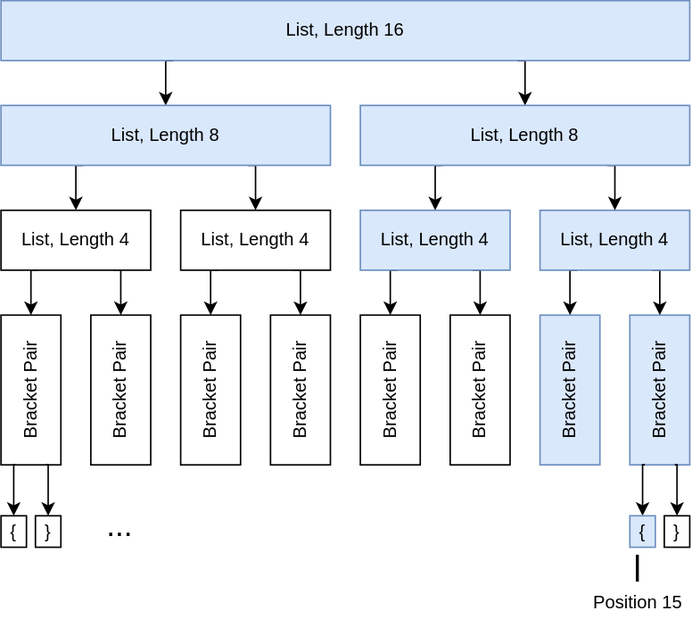
microsoft/vscode-docs keeps this draw.io diagram as blogs/2021/09/06/long-lists-tree.dio.svg. Above is the earlier version. Source tidied: cells renumbered, new cells last; positions are measured from the earlier drawing's top-left corner, leaving out a move shared by most shapes.
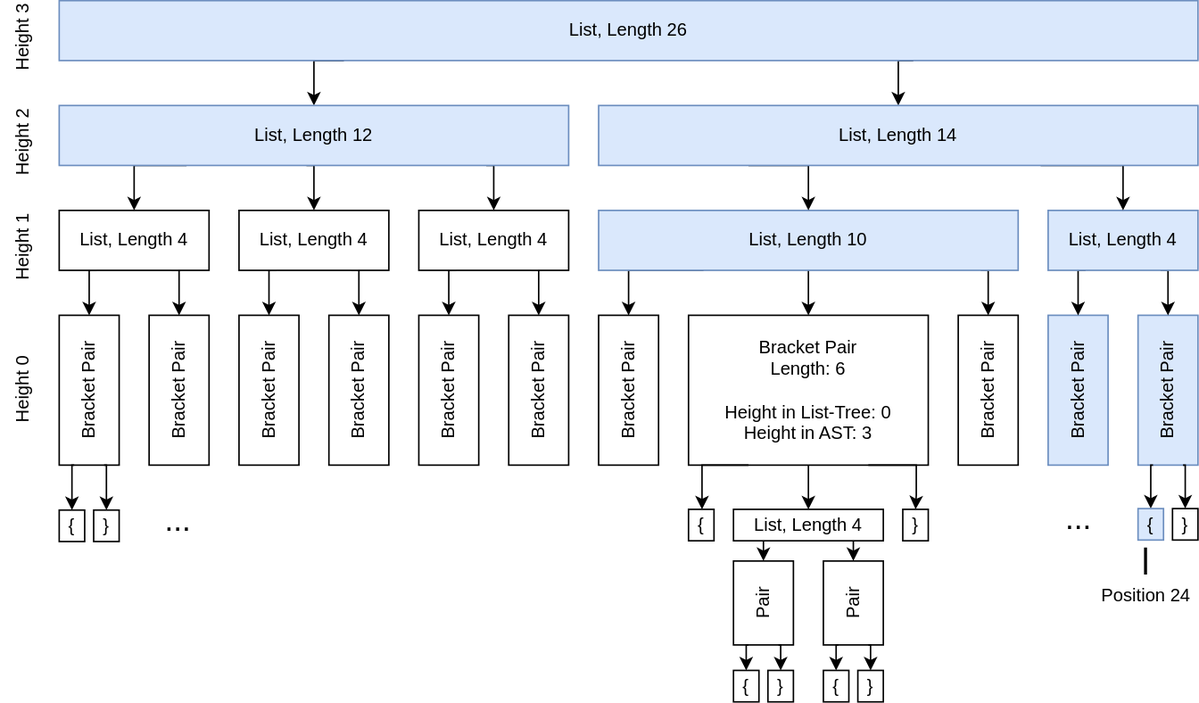
After the commit.

Diff of the diagram source:
```diff
@@ -5,19 +5,27 @@
     <mxCell id="2" style="edgeStyle=orthogonalEdgeStyle;rounded=0;jettySize=auto;html=1;exitX=0.75;exitY=1;exitDx=0;exitDy=0;" parent="1" edge="1" source="4" target="27">
       <mxGeometry relative="1" as="geometry">
         <Array as="points">
-          <mxPoint x="350" y="40" />
+          <mxPoint x="560" y="40" />
         </Array>
       </mxGeometry>
     </mxCell>
+    <mxCell id="42" style="edgeStyle=orthogonalEdgeStyle;rounded=0;jettySize=auto;html=1;exitX=0.75;exitY=1;exitDx=0;exitDy=0;" parent="1" edge="1" target="49">
+      <mxGeometry relative="1" as="geometry">
+        <mxPoint x="165" y="110" as="sourcePoint" />
+        <Array as="points">
+          <mxPoint x="170" y="110" />
+        </Array>
+      </mxGeometry>
+    </mxCell>
     <mxCell id="3" style="edgeStyle=orthogonalEdgeStyle;rounded=0;jettySize=auto;html=1;exitX=0.25;exitY=1;exitDx=0;exitDy=0;" parent="1" edge="1" source="4" target="30">
       <mxGeometry relative="1" as="geometry">
         <Array as="points">
-          <mxPoint x="110" y="40" />
+          <mxPoint x="170" y="40" />
         </Array>
       </mxGeometry>
     </mxCell>
-    <mxCell id="4" value="List, Length 16" style="rounded=0;whiteSpace=wrap;html=1;fillColor=#dae8fc;strokeColor=#6c8ebf;" parent="1" vertex="1">
-      <mxGeometry width="460" height="40" as="geometry" />
+    <mxCell id="4" value="List, Length 26" style="rounded=0;whiteSpace=wrap;html=1;fillColor=#dae8fc;strokeColor=#6c8ebf;" parent="1" vertex="1">
+      <mxGeometry width="760" height="40" as="geometry" />
     </mxCell>
     <mxCell id="5" value="Bracket Pair" style="rounded=0;whiteSpace=wrap;html=1;horizontal=0;" parent="1" vertex="1">
       <mxGeometry y="210" width="40" height="100" as="geometry" />
@@ -26,73 +34,77 @@
       <mxGeometry x="60" y="210" width="40" height="100" as="geometry" />
     </mxCell>
     <mxCell id="7" value="Bracket Pair" style="rounded=0;whiteSpace=wrap;html=1;horizontal=0;" parent="1" vertex="1">
-      <mxGeometry x="120" y="210" width="40" height="100" as="geometry" />
+      <mxGeometry x="240" y="210" width="40" height="100" as="geometry" />
     </mxCell>
     <mxCell id="8" value="Bracket Pair" style="rounded=0;whiteSpace=wrap;html=1;horizontal=0;" parent="1" vertex="1">
-      <mxGeometry x="180" y="210" width="40" height="100" as="geometry" />
+      <mxGeometry x="300" y="210" width="40" height="100" as="geometry" />
     </mxCell>
     <mxCell id="9" value="Bracket Pair" style="rounded=0;whiteSpace=wrap;html=1;horizontal=0;" parent="1" vertex="1">
-      <mxGeometry x="240" y="210" width="40" height="100" as="geometry" />
+      <mxGeometry x="360" y="210" width="40" height="100" as="geometry" />
     </mxCell>
     <mxCell id="10" value="Bracket Pair" style="rounded=0;whiteSpace=wrap;html=1;horizontal=0;" parent="1" vertex="1">
-      <mxGeometry x="300" y="210" width="40" height="100" as="geometry" />
+      <mxGeometry x="600" y="210" width="40" height="100" as="geometry" />
     </mxCell>
     <mxCell id="11" value="Bracket Pair" style="rounded=0;whiteSpace=wrap;html=1;horizontal=0;fillColor=#dae8fc;strokeColor=#6c8ebf;" parent="1" vertex="1">
-      <mxGeometry x="360" y="210" width="40" height="100" as="geometry" />
+      <mxGeometry x="660" y="210" width="40" height="100" as="geometry" />
     </mxCell>
     <mxCell id="12" value="Bracket Pair" style="rounded=0;whiteSpace=wrap;html=1;horizontal=0;fillColor=#dae8fc;strokeColor=#6c8ebf;" parent="1" vertex="1">
-      <mxGeometry x="420" y="210" width="40" height="100" as="geometry" />
+      <mxGeometry x="720" y="210" width="40" height="100" as="geometry" />
     </mxCell>
     <mxCell id="13" style="edgeStyle=orthogonalEdgeStyle;rounded=0;jettySize=auto;html=1;exitX=0.25;exitY=1;exitDx=0;exitDy=0;" parent="1" edge="1" source="15" target="7">
       <mxGeometry relative="1" as="geometry">
         <Array as="points">
-          <mxPoint x="140" y="180" />
+          <mxPoint x="260" y="180" />
         </Array>
       </mxGeometry>
     </mxCell>
     <mxCell id="14" style="edgeStyle=orthogonalEdgeStyle;rounded=0;jettySize=auto;html=1;exitX=0.75;exitY=1;exitDx=0;exitDy=0;" parent="1" edge="1" source="15" target="8">
       <mxGeometry relative="1" as="geometry">
         <Array as="points">
-          <mxPoint x="200" y="180" />
+          <mxPoint x="320" y="180" />
         </Array>
       </mxGeometry>
     </mxCell>
     <mxCell id="15" value="List, Length 4" style="rounded=0;whiteSpace=wrap;html=1;" parent="1" vertex="1">
-      <mxGeometry x="120" y="140" width="100" height="40" as="geometry" />
+      <mxGeometry x="240" y="140" width="100" height="40" as="geometry" />
     </mxCell>
     <mxCell id="16" style="edgeStyle=orthogonalEdgeStyle;rounded=0;jettySize=auto;html=1;exitX=0.25;exitY=1;exitDx=0;exitDy=0;" parent="1" edge="1" source="18" target="9">
       <mxGeometry relative="1" as="geometry">
         <Array as="points">
-          <mxPoint x="260" y="180" />
+          <mxPoint x="380" y="180" />
         </Array>
       </mxGeometry>
     </mxCell>
-    <mxCell id="17" style="edgeStyle=orthogonalEdgeStyle;rounded=0;jettySize=auto;html=1;exitX=0.75;exitY=1;exitDx=0;exitDy=0;" parent="1" edge="1" source="18" target="10">
+    <mxCell id="17" style="edgeStyle=orthogonalEdgeStyle;rounded=0;jettySize=auto;html=1;exitX=0.75;exitY=1;exitDx=0;exitDy=0;" parent="1" edge="1" target="10">
       <mxGeometry relative="1" as="geometry">
+        <mxPoint x="615" y="180" as="sourcePoint" />
         <Array as="points">
-          <mxPoint x="320" y="180" />
+          <mxPoint x="620" y="180" />
         </Array>
       </mxGeometry>
     </mxCell>
+    <mxCell id="43" style="edgeStyle=orthogonalEdgeStyle;rounded=0;jettySize=auto;html=1;exitX=0.5;exitY=1;exitDx=0;exitDy=0;" parent="1" edge="1" source="18" target="44">
+      <mxGeometry relative="1" as="geometry" />
+    </mxCell>
-    <mxCell id="18" value="List, Length 4" style="rounded=0;whiteSpace=wrap;html=1;fillColor=#dae8fc;strokeColor=#6c8ebf;" parent="1" vertex="1">
-      <mxGeometry x="240" y="140" width="100" height="40" as="geometry" />
+    <mxCell id="18" value="List, Length 10" style="rounded=0;whiteSpace=wrap;html=1;fillColor=#dae8fc;strokeColor=#6c8ebf;" parent="1" vertex="1">
+      <mxGeometry x="360" y="140" width="280" height="40" as="geometry" />
     </mxCell>
     <mxCell id="19" style="edgeStyle=orthogonalEdgeStyle;rounded=0;jettySize=auto;html=1;exitX=0.25;exitY=1;exitDx=0;exitDy=0;" parent="1" edge="1" source="21" target="11">
       <mxGeometry relative="1" as="geometry">
         <Array as="points">
-          <mxPoint x="380" y="180" />
+          <mxPoint x="680" y="180" />
         </Array>
       </mxGeometry>
     </mxCell>
     <mxCell id="20" style="edgeStyle=orthogonalEdgeStyle;rounded=0;jettySize=auto;html=1;exitX=0.75;exitY=1;exitDx=0;exitDy=0;" parent="1" edge="1" source="21" target="12">
       <mxGeometry relative="1" as="geometry">
         <Array as="points">
-          <mxPoint x="440" y="180" />
+          <mxPoint x="740" y="180" />
         </Array>
       </mxGeometry>
     </mxCell>
     <mxCell id="21" value="List, Length 4" style="rounded=0;whiteSpace=wrap;html=1;fillColor=#dae8fc;strokeColor=#6c8ebf;" parent="1" vertex="1">
-      <mxGeometry x="360" y="140" width="100" height="40" as="geometry" />
+      <mxGeometry x="660" y="140" width="100" height="40" as="geometry" />
     </mxCell>
     <mxCell id="22" style="edgeStyle=orthogonalEdgeStyle;rounded=0;jettySize=auto;html=1;exitX=0.25;exitY=1;exitDx=0;exitDy=0;" parent="1" edge="1" source="24" target="5">
       <mxGeometry relative="1" as="geometry">
@@ -111,22 +123,23 @@
     <mxCell id="24" value="List, Length 4" style="rounded=0;whiteSpace=wrap;html=1;" parent="1" vertex="1">
       <mxGeometry y="140" width="100" height="40" as="geometry" />
     </mxCell>
-    <mxCell id="25" style="edgeStyle=orthogonalEdgeStyle;rounded=0;jettySize=auto;html=1;exitX=0.25;exitY=1;exitDx=0;exitDy=0;" parent="1" edge="1" source="27" target="18">
+    <mxCell id="25" style="edgeStyle=orthogonalEdgeStyle;rounded=0;jettySize=auto;html=1;exitX=0.25;exitY=1;exitDx=0;exitDy=0;entryX=0.5;entryY=0;entryDx=0;entryDy=0;" parent="1" edge="1" source="27" target="18">
       <mxGeometry relative="1" as="geometry">
         <Array as="points">
-          <mxPoint x="290" y="110" />
+          <mxPoint x="500" y="110" />
         </Array>
       </mxGeometry>
     </mxCell>
-    <mxCell id="26" style="edgeStyle=orthogonalEdgeStyle;rounded=0;jettySize=auto;html=1;exitX=0.75;exitY=1;exitDx=0;exitDy=0;" parent="1" edge="1" source="27" target="21">
+    <mxCell id="26" style="edgeStyle=orthogonalEdgeStyle;rounded=0;jettySize=auto;html=1;exitX=0.75;exitY=1;exitDx=0;exitDy=0;" parent="1" edge="1" target="21">
       <mxGeometry relative="1" as="geometry">
+        <mxPoint x="655" y="110" as="sourcePoint" />
         <Array as="points">
-          <mxPoint x="410" y="110" />
+          <mxPoint x="710" y="110" />
         </Array>
       </mxGeometry>
     </mxCell>
-    <mxCell id="27" value="List, Length 8" style="rounded=0;whiteSpace=wrap;html=1;fillColor=#dae8fc;strokeColor=#6c8ebf;" parent="1" vertex="1">
-      <mxGeometry x="240" y="70" width="220" height="40" as="geometry" />
+    <mxCell id="27" value="List, Length 14" style="rounded=0;whiteSpace=wrap;html=1;fillColor=#dae8fc;strokeColor=#6c8ebf;" parent="1" vertex="1">
+      <mxGeometry x="360" y="70" width="400" height="40" as="geometry" />
     </mxCell>
     <mxCell id="28" style="edgeStyle=orthogonalEdgeStyle;rounded=0;jettySize=auto;html=1;exitX=0.25;exitY=1;exitDx=0;exitDy=0;" parent="1" edge="1" source="30" target="24">
       <mxGeometry relative="1" as="geometry">
@@ -135,15 +148,16 @@
         </Array>
       </mxGeometry>
     </mxCell>
-    <mxCell id="29" style="edgeStyle=orthogonalEdgeStyle;rounded=0;jettySize=auto;html=1;exitX=0.75;exitY=1;exitDx=0;exitDy=0;" parent="1" edge="1" source="30" target="15">
+    <mxCell id="29" style="edgeStyle=orthogonalEdgeStyle;rounded=0;jettySize=auto;html=1;exitX=0.75;exitY=1;exitDx=0;exitDy=0;" parent="1" edge="1" target="15">
       <mxGeometry relative="1" as="geometry">
+        <mxPoint x="285" y="110" as="sourcePoint" />
         <Array as="points">
-          <mxPoint x="170" y="110" />
+          <mxPoint x="290" y="110" />
         </Array>
       </mxGeometry>
     </mxCell>
-    <mxCell id="30" value="List, Length 8" style="rounded=0;whiteSpace=wrap;html=1;fillColor=#dae8fc;strokeColor=#6c8ebf;" parent="1" vertex="1">
-      <mxGeometry y="70" width="220" height="40" as="geometry" />
+    <mxCell id="30" value="List, Length 12" style="rounded=0;whiteSpace=wrap;html=1;fillColor=#dae8fc;strokeColor=#6c8ebf;" parent="1" vertex="1">
+      <mxGeometry y="70" width="340" height="40" as="geometry" />
     </mxCell>
     <mxCell id="31" style="edgeStyle=orthogonalEdgeStyle;rounded=0;jettySize=auto;html=1;exitX=0.25;exitY=1;exitDx=0;exitDy=0;entryX=0.5;entryY=0;entryDx=0;entryDy=0;" parent="1" edge="1" target="38">
       <mxGeometry relative="1" as="geometry">
@@ -157,34 +171,150 @@
     </mxCell>
     <mxCell id="33" style="edgeStyle=orthogonalEdgeStyle;rounded=0;jettySize=auto;html=1;exitX=0.25;exitY=1;exitDx=0;exitDy=0;entryX=0.5;entryY=0;entryDx=0;entryDy=0;" parent="1" edge="1" target="40">
       <mxGeometry relative="1" as="geometry">
-        <mxPoint x="430" y="310" as="sourcePoint" />
+        <mxPoint x="730" y="310" as="sourcePoint" />
       </mxGeometry>
     </mxCell>
     <mxCell id="34" style="edgeStyle=orthogonalEdgeStyle;rounded=0;jettySize=auto;html=1;exitX=0.75;exitY=1;exitDx=0;exitDy=0;entryX=0.5;entryY=0;entryDx=0;entryDy=0;" parent="1" edge="1" target="41">
       <mxGeometry relative="1" as="geometry">
-        <mxPoint x="450" y="310" as="sourcePoint" />
+        <mxPoint x="750" y="310" as="sourcePoint" />
       </mxGeometry>
     </mxCell>
     <mxCell id="35" value="..." style="text;html=1;align=center;verticalAlign=middle;strokeColor=none;fontSize=21;" parent="1" vertex="1">
-      <mxGeometry x="64" y="335" width="30" height="30" as="geometry" />
+      <mxGeometry x="64" y="331" width="30" height="30" as="geometry" />
     </mxCell>
     <mxCell id="36" style="line;strokeWidth=2;direction=south;html=1;perimeter=backbonePerimeter;" parent="1" vertex="1">
-      <mxGeometry x="420" y="370" width="10" height="18" as="geometry" />
+      <mxGeometry x="720" y="365" width="10" height="18" as="geometry" />
     </mxCell>
-    <mxCell id="37" value="Position 15" style="text;html=1;align=center;verticalAlign=middle;strokeColor=none;" parent="1" vertex="1">
-      <mxGeometry x="390" y="392" width="70" height="20" as="geometry" />
+    <mxCell id="37" value="Position 24" style="text;html=1;align=center;verticalAlign=middle;strokeColor=none;" parent="1" vertex="1">
+      <mxGeometry x="690" y="387" width="70" height="20" as="geometry" />
     </mxCell>
     <mxCell id="38" value="{" style="rounded=0;whiteSpace=wrap;html=1;horizontal=1;" parent="1" vertex="1">
-      <mxGeometry y="344" width="17" height="21" as="geometry" />
+      <mxGeometry y="340" width="17" height="21" as="geometry" />
     </mxCell>
     <mxCell id="39" value="}" style="rounded=0;whiteSpace=wrap;html=1;horizontal=1;" parent="1" vertex="1">
-      <mxGeometry x="23" y="344" width="17" height="21" as="geometry" />
+      <mxGeometry x="23" y="340" width="17" height="21" as="geometry" />
     </mxCell>
     <mxCell id="40" value="{" style="rounded=0;whiteSpace=wrap;html=1;horizontal=1;fillColor=#dae8fc;strokeColor=#6c8ebf;" parent="1" vertex="1">
-      <mxGeometry x="420" y="344" width="17" height="21" as="geometry" />
+      <mxGeometry x="720" y="339" width="17" height="21" as="geometry" />
     </mxCell>
     <mxCell id="41" value="}" style="rounded=0;whiteSpace=wrap;html=1;horizontal=1;" parent="1" vertex="1">
-      <mxGeometry x="443" y="344" width="17" height="21" as="geometry" />
+      <mxGeometry x="743" y="339" width="17" height="21" as="geometry" />
     </mxCell>
+    <mxCell id="44" value="Bracket Pair&lt;br&gt;Length: 6&lt;br&gt;&lt;br&gt;Height in List-Tree: 0&lt;br&gt;Height in AST: 3" style="rounded=0;whiteSpace=wrap;html=1;horizontal=1;" parent="1" vertex="1">
+      <mxGeometry x="420" y="210" width="160" height="100" as="geometry" />
+    </mxCell>
+    <mxCell id="45" value="Bracket Pair" style="rounded=0;whiteSpace=wrap;html=1;horizontal=0;" parent="1" vertex="1">
+      <mxGeometry x="120" y="210" width="40" height="100" as="geometry" />
+    </mxCell>
+    <mxCell id="46" value="Bracket Pair" style="rounded=0;whiteSpace=wrap;html=1;horizontal=0;" parent="1" vertex="1">
+      <mxGeometry x="180" y="210" width="40" height="100" as="geometry" />
+    </mxCell>
+    <mxCell id="47" style="edgeStyle=orthogonalEdgeStyle;rounded=0;jettySize=auto;html=1;exitX=0.25;exitY=1;exitDx=0;exitDy=0;" parent="1" edge="1" source="49" target="45">
+      <mxGeometry relative="1" as="geometry">
+        <Array as="points">
+          <mxPoint x="140" y="180" />
+        </Array>
+      </mxGeometry>
+    </mxCell>
+    <mxCell id="48" style="edgeStyle=orthogonalEdgeStyle;rounded=0;jettySize=auto;html=1;exitX=0.75;exitY=1;exitDx=0;exitDy=0;" parent="1" edge="1" source="49" target="46">
+      <mxGeometry relative="1" as="geometry">
+        <Array as="points">
+          <mxPoint x="200" y="180" />
+        </Array>
+      </mxGeometry>
+    </mxCell>
+    <mxCell id="49" value="List, Length 4" style="rounded=0;whiteSpace=wrap;html=1;" parent="1" vertex="1">
+      <mxGeometry x="120" y="140" width="100" height="40" as="geometry" />
+    </mxCell>
+    <mxCell id="50" style="edgeStyle=orthogonalEdgeStyle;rounded=0;jettySize=auto;html=1;exitX=0.25;exitY=1;exitDx=0;exitDy=0;" parent="1" edge="1" target="53">
+      <mxGeometry relative="1" as="geometry">
+        <mxPoint x="460" y="310" as="sourcePoint" />
+        <Array as="points">
+          <mxPoint x="429" y="310" />
+        </Array>
+      </mxGeometry>
+    </mxCell>
+    <mxCell id="51" style="edgeStyle=orthogonalEdgeStyle;rounded=0;jettySize=auto;html=1;exitX=0.5;exitY=1;exitDx=0;exitDy=0;" parent="1" edge="1" target="57">
+      <mxGeometry relative="1" as="geometry">
+        <mxPoint x="500" y="310" as="sourcePoint" />
+      </mxGeometry>
+    </mxCell>
+    <mxCell id="52" style="edgeStyle=orthogonalEdgeStyle;rounded=0;jettySize=auto;html=1;exitX=0.75;exitY=1;exitDx=0;exitDy=0;entryX=0.5;entryY=0;entryDx=0;entryDy=0;" parent="1" edge="1" target="54">
+      <mxGeometry relative="1" as="geometry">
+        <mxPoint x="540" y="310" as="sourcePoint" />
+        <Array as="points">
+          <mxPoint x="572" y="310" />
+          <mxPoint x="572" y="330" />
+        </Array>
+      </mxGeometry>
+    </mxCell>
+    <mxCell id="53" value="{" style="rounded=0;whiteSpace=wrap;html=1;horizontal=1;" parent="1" vertex="1">
+      <mxGeometry x="420" y="339.5" width="17" height="21" as="geometry" />
+    </mxCell>
+    <mxCell id="54" value="}" style="rounded=0;whiteSpace=wrap;html=1;horizontal=1;" parent="1" vertex="1">
+      <mxGeometry x="563" y="339.5" width="17" height="21" as="geometry" />
+    </mxCell>
+    <mxCell id="55" style="edgeStyle=orthogonalEdgeStyle;rounded=0;jettySize=auto;html=1;exitX=0.25;exitY=1;exitDx=0;exitDy=0;entryX=0.5;entryY=0;entryDx=0;entryDy=0;" parent="1" edge="1" source="57" target="58">
+      <mxGeometry relative="1" as="geometry" />
+    </mxCell>
+    <mxCell id="56" style="edgeStyle=orthogonalEdgeStyle;rounded=0;jettySize=auto;html=1;exitX=0.75;exitY=1;exitDx=0;exitDy=0;entryX=0.5;entryY=0;entryDx=0;entryDy=0;" parent="1" edge="1" source="57" target="59">
+      <mxGeometry relative="1" as="geometry" />
+    </mxCell>
+    <mxCell id="57" value="List, Length 4" style="rounded=0;whiteSpace=wrap;html=1;horizontal=1;" parent="1" vertex="1">
+      <mxGeometry x="450" y="339.5" width="100" height="21" as="geometry" />
+    </mxCell>
+    <mxCell id="58" value="Pair" style="rounded=0;whiteSpace=wrap;html=1;horizontal=0;" parent="1" vertex="1">
+      <mxGeometry x="450" y="374" width="40" height="56" as="geometry" />
+    </mxCell>
+    <mxCell id="59" value="Pair" style="rounded=0;whiteSpace=wrap;html=1;horizontal=0;" parent="1" vertex="1">
+      <mxGeometry x="510" y="374" width="40" height="56" as="geometry" />
+    </mxCell>
+    <mxCell id="60" style="edgeStyle=orthogonalEdgeStyle;rounded=0;jettySize=auto;html=1;exitX=0.25;exitY=1;exitDx=0;exitDy=0;entryX=0.5;entryY=0;entryDx=0;entryDy=0;" parent="1" edge="1" target="62">
+      <mxGeometry relative="1" as="geometry">
+        <mxPoint x="460" y="430" as="sourcePoint" />
+      </mxGeometry>
+    </mxCell>
+    <mxCell id="61" style="edgeStyle=orthogonalEdgeStyle;rounded=0;jettySize=auto;html=1;exitX=0.75;exitY=1;exitDx=0;exitDy=0;entryX=0.5;entryY=0;entryDx=0;entryDy=0;" parent="1" edge="1" target="63">
+      <mxGeometry relative="1" as="geometry">
+        <mxPoint x="480" y="430" as="sourcePoint" />
+      </mxGeometry>
+    </mxCell>
+    <mxCell id="62" value="{" style="rounded=0;whiteSpace=wrap;html=1;horizontal=1;" parent="1" vertex="1">
+      <mxGeometry x="450" y="447" width="17" height="21" as="geometry" />
+    </mxCell>
+    <mxCell id="63" value="}" style="rounded=0;whiteSpace=wrap;html=1;horizontal=1;" parent="1" vertex="1">
+      <mxGeometry x="473" y="447" width="17" height="21" as="geometry" />
+    </mxCell>
+    <mxCell id="64" style="edgeStyle=orthogonalEdgeStyle;rounded=0;jettySize=auto;html=1;exitX=0.25;exitY=1;exitDx=0;exitDy=0;entryX=0.5;entryY=0;entryDx=0;entryDy=0;" parent="1" edge="1" target="66">
+      <mxGeometry relative="1" as="geometry">
+        <mxPoint x="520" y="430" as="sourcePoint" />
+      </mxGeometry>
+    </mxCell>
+    <mxCell id="65" style="edgeStyle=orthogonalEdgeStyle;rounded=0;jettySize=auto;html=1;exitX=0.75;exitY=1;exitDx=0;exitDy=0;entryX=0.5;entryY=0;entryDx=0;entryDy=0;" parent="1" edge="1" target="67">
+      <mxGeometry relative="1" as="geometry">
+        <mxPoint x="540" y="430" as="sourcePoint" />
+      </mxGeometry>
+    </mxCell>
+    <mxCell id="66" value="{" style="rounded=0;whiteSpace=wrap;html=1;horizontal=1;" parent="1" vertex="1">
+      <mxGeometry x="510" y="447" width="17" height="21" as="geometry" />
+    </mxCell>
+    <mxCell id="67" value="}" style="rounded=0;whiteSpace=wrap;html=1;horizontal=1;" parent="1" vertex="1">
+      <mxGeometry x="533" y="447" width="17" height="21" as="geometry" />
+    </mxCell>
+    <mxCell id="68" value="..." style="text;html=1;align=center;verticalAlign=middle;strokeColor=none;fontSize=21;" parent="1" vertex="1">
+      <mxGeometry x="665" y="330" width="30" height="30" as="geometry" />
+    </mxCell>
+    <mxCell id="69" value="Height 3" style="text;html=1;align=center;verticalAlign=middle;strokeColor=none;horizontal=0;" parent="1" vertex="1">
+      <mxGeometry x="-39" width="30" height="50" as="geometry" />
+    </mxCell>
+    <mxCell id="70" value="Height 2" style="text;html=1;align=center;verticalAlign=middle;strokeColor=none;horizontal=0;" parent="1" vertex="1">
+      <mxGeometry x="-39" y="70" width="30" height="50" as="geometry" />
+    </mxCell>
+    <mxCell id="71" value="Height 1" style="text;html=1;align=center;verticalAlign=middle;strokeColor=none;horizontal=0;" parent="1" vertex="1">
+      <mxGeometry x="-39" y="140" width="30" height="50" as="geometry" />
+    </mxCell>
+    <mxCell id="72" value="Height 0" style="text;html=1;align=center;verticalAlign=middle;strokeColor=none;horizontal=0;" parent="1" vertex="1">
+      <mxGeometry x="-39" y="235" width="30" height="50" as="geometry" />
+    </mxCell>
   </root>
 </mxGraphModel>
```
